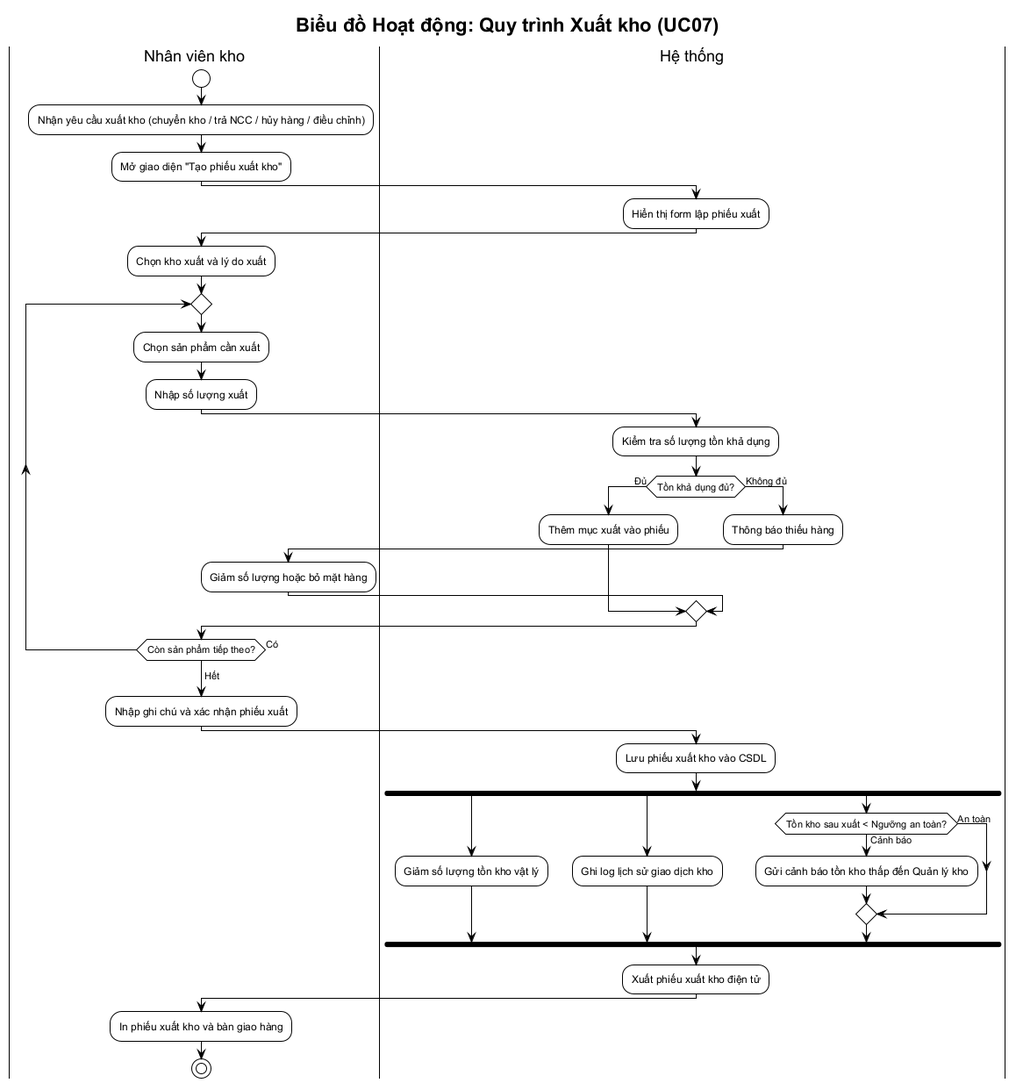
vuhoabinh2416137/G8_Quanlysanphamvakhohang keeps this PlantUML diagram as BTL-QuanLyKhoHang/diagrams/activity-xuat-kho.png. Above is the earlier version.
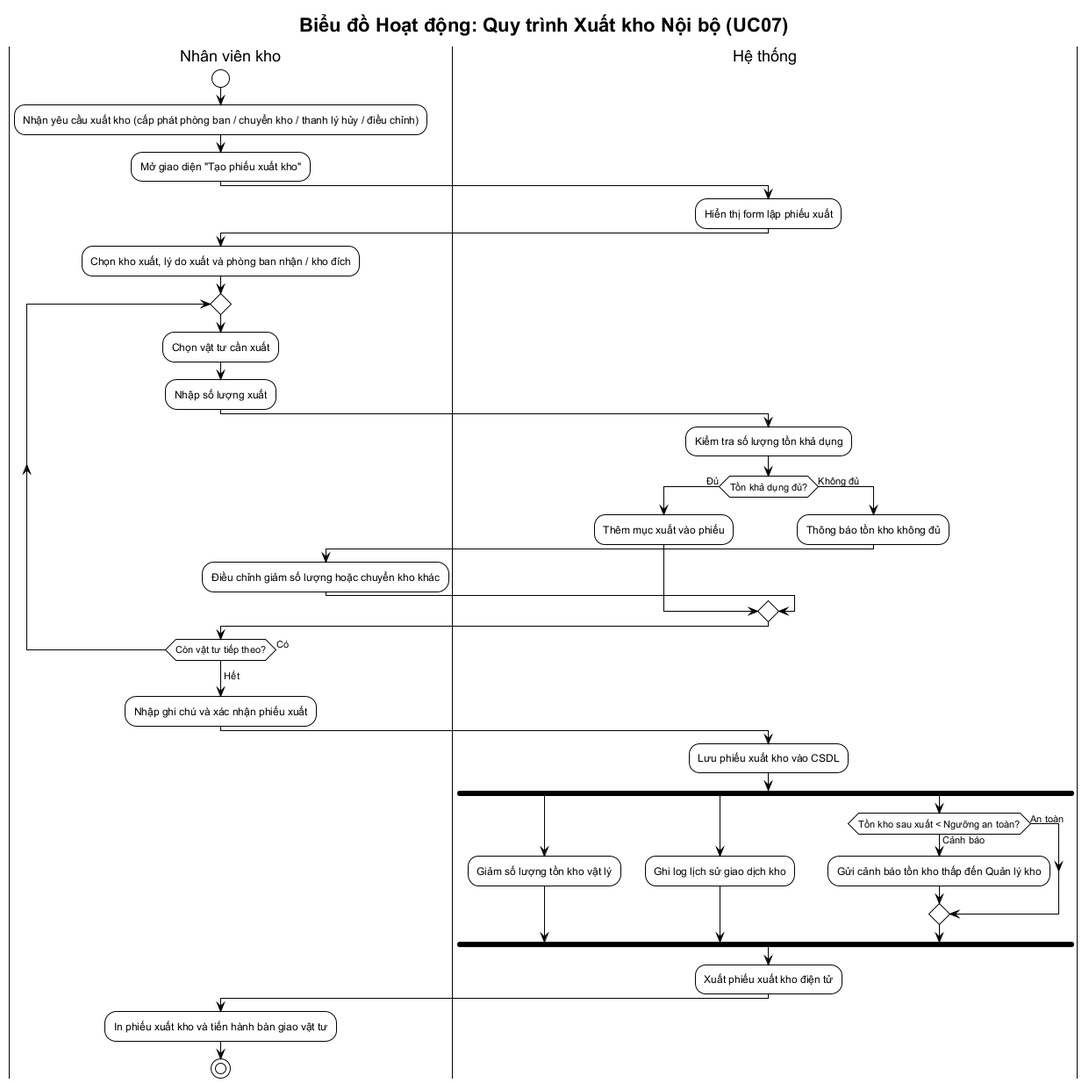
After the commit.

The edit, as a diff of the source:
```diff
@@ -1,32 +1,32 @@
 @startuml activity-xuat-kho
 !theme plain
 skinparam defaultFontName "Arial"
-title Biểu đồ Hoạt động: Quy trình Xuất kho (UC07)
+title Biểu đồ Hoạt động: Quy trình Xuất kho Nội bộ (UC07)
 
 |Nhân viên kho|
 start
-:Nhận yêu cầu xuất kho (chuyển kho / trả NCC / hủy hàng / điều chỉnh);
+:Nhận yêu cầu xuất kho (cấp phát phòng ban / chuyển kho / thanh lý hủy / điều chỉnh);
 :Mở giao diện "Tạo phiếu xuất kho";
 
 |Hệ thống|
 :Hiển thị form lập phiếu xuất;
 
 |Nhân viên kho|
-:Chọn kho xuất và lý do xuất;
+:Chọn kho xuất, lý do xuất và phòng ban nhận / kho đích;
 repeat
-    :Chọn sản phẩm cần xuất;
+    :Chọn vật tư cần xuất;
     :Nhập số lượng xuất;
     |Hệ thống|
     :Kiểm tra số lượng tồn khả dụng;
     if (Tồn khả dụng đủ?) then (Đủ)
         :Thêm mục xuất vào phiếu;
     else (Không đủ)
-        :Thông báo thiếu hàng;
+        :Thông báo tồn kho không đủ;
         |Nhân viên kho|
-        :Giảm số lượng hoặc bỏ mặt hàng;
+        :Điều chỉnh giảm số lượng hoặc chuyển kho khác;
     endif
     |Nhân viên kho|
-repeat while (Còn sản phẩm tiếp theo?) is (Có)
+repeat while (Còn vật tư tiếp theo?) is (Có)
 -> Hết;
 
 |Nhân viên kho|
@@ -47,6 +47,6 @@
 
 :Xuất phiếu xuất kho điện tử;
 |Nhân viên kho|
-:In phiếu xuất kho và bàn giao hàng;
+:In phiếu xuất kho và tiến hành bàn giao vật tư;
 stop
 @enduml
```
